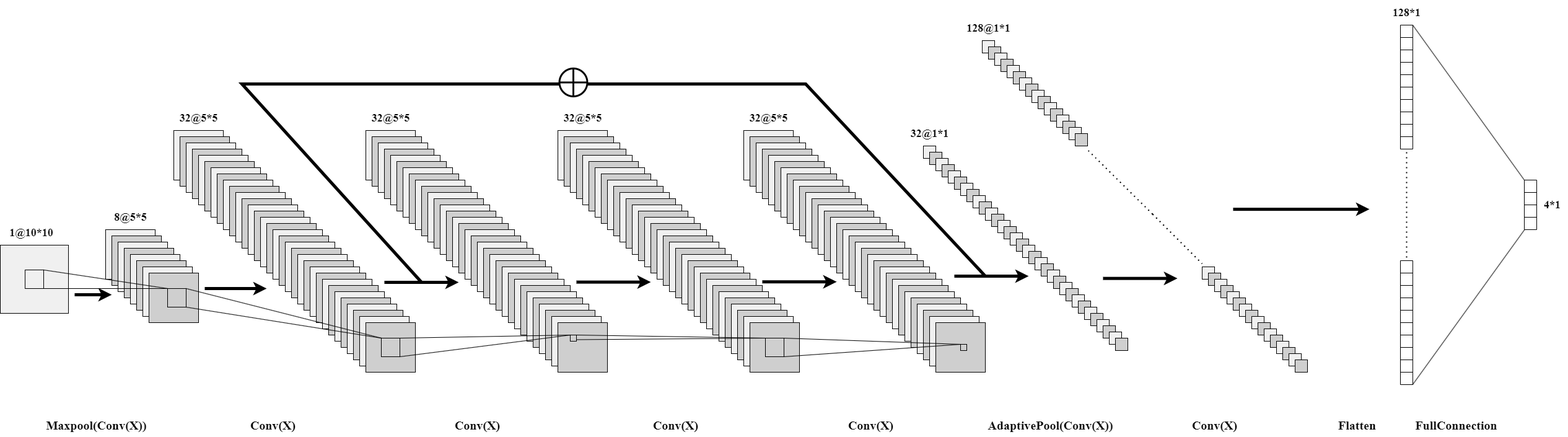
The draw.io diagram cnn.drawio.png in Purer-lyk/network_pic, before a commit. Source tidied: cells renumbered, new cells last; positions are measured from the earlier drawing's top-left corner, leaving out a move shared by most shapes.
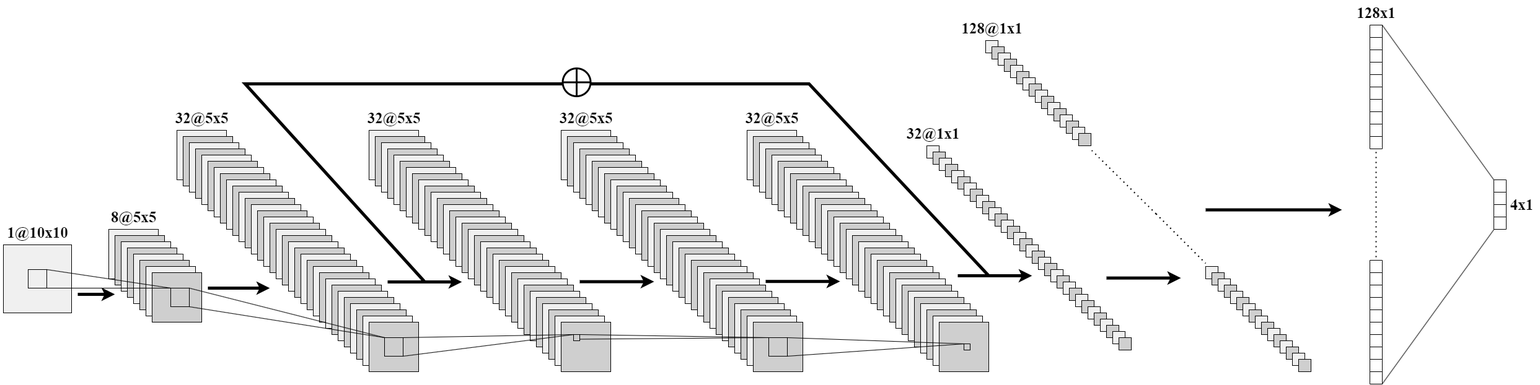
After the commit.

The edit, as a diff of the source:
```diff
@@ -616,32 +616,32 @@
         <mxPoint x="1940" y="425" as="targetPoint" />
       </mxGeometry>
     </mxCell>
-    <mxCell id="205" value="&lt;font face=&quot;Times New Roman&quot; style=&quot;font-size: 18px;&quot;&gt;&lt;b&gt;1@10*10&lt;/b&gt;&lt;/font&gt;" style="text;html=1;align=center;verticalAlign=middle;strokeColor=none;fillColor=none;" parent="1" vertex="1">
-      <mxGeometry x="5" y="355" width="90" height="40" as="geometry" />
+    <mxCell id="205" value="&lt;font size=&quot;1&quot; face=&quot;Times New Roman&quot; style=&quot;&quot;&gt;&lt;b style=&quot;font-size: 25px;&quot;&gt;1@10x10&lt;/b&gt;&lt;/font&gt;" style="text;html=1;align=center;verticalAlign=middle;strokeColor=none;fillColor=none;" parent="1" vertex="1">
+      <mxGeometry x="-5" y="355" width="120" height="40" as="geometry" />
     </mxCell>
-    <mxCell id="206" value="&lt;font face=&quot;Times New Roman&quot; style=&quot;font-size: 18px;&quot;&gt;&lt;b&gt;8@5*5&lt;/b&gt;&lt;/font&gt;" style="text;html=1;align=center;verticalAlign=middle;strokeColor=none;fillColor=none;" parent="1" vertex="1">
-      <mxGeometry x="170" y="330" width="80" height="40" as="geometry" />
+    <mxCell id="206" value="&lt;font size=&quot;1&quot; face=&quot;Times New Roman&quot; style=&quot;&quot;&gt;&lt;b style=&quot;font-size: 25px;&quot;&gt;8@5x5&lt;/b&gt;&lt;/font&gt;" style="text;html=1;align=center;verticalAlign=middle;strokeColor=none;fillColor=none;" parent="1" vertex="1">
+      <mxGeometry x="160" y="330" width="100" height="40" as="geometry" />
     </mxCell>
-    <mxCell id="207" value="&lt;font face=&quot;Times New Roman&quot; style=&quot;font-size: 18px;&quot;&gt;&lt;b&gt;32@5*5&lt;/b&gt;&lt;/font&gt;" style="text;html=1;align=center;verticalAlign=middle;strokeColor=none;fillColor=none;" parent="1" vertex="1">
-      <mxGeometry x="275" y="170" width="90" height="40" as="geometry" />
+    <mxCell id="207" value="&lt;font size=&quot;1&quot; face=&quot;Times New Roman&quot; style=&quot;&quot;&gt;&lt;b style=&quot;font-size: 25px;&quot;&gt;32@5x5&lt;/b&gt;&lt;/font&gt;" style="text;html=1;align=center;verticalAlign=middle;strokeColor=none;fillColor=none;" parent="1" vertex="1">
+      <mxGeometry x="265" y="170" width="110" height="40" as="geometry" />
     </mxCell>
-    <mxCell id="208" value="&lt;font face=&quot;Times New Roman&quot; style=&quot;font-size: 18px;&quot;&gt;&lt;b&gt;32@5*5&lt;/b&gt;&lt;/font&gt;" style="text;html=1;align=center;verticalAlign=middle;strokeColor=none;fillColor=none;" parent="1" vertex="1">
-      <mxGeometry x="585" y="170" width="90" height="40" as="geometry" />
+    <mxCell id="208" value="&lt;font size=&quot;1&quot; face=&quot;Times New Roman&quot; style=&quot;&quot;&gt;&lt;b style=&quot;font-size: 25px;&quot;&gt;32@5x5&lt;/b&gt;&lt;/font&gt;" style="text;html=1;align=center;verticalAlign=middle;strokeColor=none;fillColor=none;" parent="1" vertex="1">
+      <mxGeometry x="575" y="170" width="110" height="40" as="geometry" />
     </mxCell>
-    <mxCell id="209" value="&lt;font face=&quot;Times New Roman&quot; style=&quot;font-size: 18px;&quot;&gt;&lt;b&gt;32@5*5&lt;/b&gt;&lt;/font&gt;" style="text;html=1;align=center;verticalAlign=middle;strokeColor=none;fillColor=none;" parent="1" vertex="1">
-      <mxGeometry x="895" y="170" width="90" height="40" as="geometry" />
+    <mxCell id="209" value="&lt;font size=&quot;1&quot; face=&quot;Times New Roman&quot; style=&quot;&quot;&gt;&lt;b style=&quot;font-size: 25px;&quot;&gt;32@5x5&lt;/b&gt;&lt;/font&gt;" style="text;html=1;align=center;verticalAlign=middle;strokeColor=none;fillColor=none;" parent="1" vertex="1">
+      <mxGeometry x="885" y="170" width="110" height="40" as="geometry" />
     </mxCell>
-    <mxCell id="210" value="&lt;font face=&quot;Times New Roman&quot; style=&quot;font-size: 18px;&quot;&gt;&lt;b&gt;32@5*5&lt;/b&gt;&lt;/font&gt;" style="text;html=1;align=center;verticalAlign=middle;strokeColor=none;fillColor=none;" parent="1" vertex="1">
-      <mxGeometry x="1195" y="170" width="90" height="40" as="geometry" />
+    <mxCell id="210" value="&lt;font size=&quot;1&quot; face=&quot;Times New Roman&quot; style=&quot;&quot;&gt;&lt;b style=&quot;font-size: 25px;&quot;&gt;32@5x5&lt;/b&gt;&lt;/font&gt;" style="text;html=1;align=center;verticalAlign=middle;strokeColor=none;fillColor=none;" parent="1" vertex="1">
+      <mxGeometry x="1185" y="170" width="110" height="40" as="geometry" />
     </mxCell>
-    <mxCell id="211" value="&lt;font face=&quot;Times New Roman&quot; style=&quot;font-size: 18px;&quot;&gt;&lt;b&gt;32@1*1&lt;/b&gt;&lt;/font&gt;" style="text;html=1;align=center;verticalAlign=middle;strokeColor=none;fillColor=none;" parent="1" vertex="1">
-      <mxGeometry x="1455" y="195" width="90" height="40" as="geometry" />
+    <mxCell id="211" value="&lt;font size=&quot;1&quot; face=&quot;Times New Roman&quot; style=&quot;&quot;&gt;&lt;b style=&quot;font-size: 25px;&quot;&gt;32@1x1&lt;/b&gt;&lt;/font&gt;" style="text;html=1;align=center;verticalAlign=middle;strokeColor=none;fillColor=none;" parent="1" vertex="1">
+      <mxGeometry x="1445" y="195" width="110" height="40" as="geometry" />
     </mxCell>
-    <mxCell id="212" value="&lt;font face=&quot;Times New Roman&quot; style=&quot;font-size: 18px;&quot;&gt;&lt;b&gt;128@1*1&lt;/b&gt;&lt;/font&gt;" style="text;html=1;align=center;verticalAlign=middle;strokeColor=none;fillColor=none;" parent="1" vertex="1">
-      <mxGeometry x="1550" y="25" width="90" height="40" as="geometry" />
+    <mxCell id="212" value="&lt;font size=&quot;1&quot; face=&quot;Times New Roman&quot; style=&quot;&quot;&gt;&lt;b style=&quot;font-size: 25px;&quot;&gt;128@1x1&lt;/b&gt;&lt;/font&gt;" style="text;html=1;align=center;verticalAlign=middle;strokeColor=none;fillColor=none;" parent="1" vertex="1">
+      <mxGeometry x="1535" y="25" width="120" height="40" as="geometry" />
     </mxCell>
     <mxCell id="213" style="shape=table;startSize=0;fontSize=16;" parent="1" vertex="1">
-      <mxGeometry x="2260" y="40" width="20" height="200" as="geometry" />
+      <mxGeometry x="2205" y="40" width="20" height="200" as="geometry" />
     </mxCell>
     <mxCell id="214" style="shape=tableRow;horizontal=0;startSize=0;swimlaneHead=0;swimlaneBody=0;strokeColor=inherit;top=0;left=0;bottom=0;right=0;fillColor=none;points=[[0,0.5],[1,0.5]];portConstraint=eastwest;fontSize=16;" parent="213" vertex="1">
       <mxGeometry width="20" height="20" as="geometry" />
@@ -704,7 +704,7 @@
       <mxGeometry width="20" height="20" as="geometry" />
     </mxCell>
     <mxCell id="234" style="shape=table;startSize=0;fontSize=16;" parent="1" vertex="1">
-      <mxGeometry x="2260" y="420" width="20" height="200" as="geometry" />
+      <mxGeometry x="2205" y="420" width="20" height="200" as="geometry" />
     </mxCell>
     <mxCell id="235" style="shape=tableRow;horizontal=0;startSize=0;swimlaneHead=0;swimlaneBody=0;strokeColor=inherit;top=0;left=0;bottom=0;right=0;fillColor=none;fontSize=16;" parent="234" vertex="1">
       <mxGeometry width="20" height="20" as="geometry" />
@@ -768,12 +768,12 @@
     </mxCell>
     <mxCell id="255" style="endArrow=none;dashed=1;html=1;dashPattern=1 3;strokeWidth=2;rounded=0;" parent="1" edge="1">
       <mxGeometry relative="1" as="geometry">
-        <mxPoint x="2270" y="415" as="sourcePoint" />
-        <mxPoint x="2270" y="245" as="targetPoint" />
+        <mxPoint x="2215" y="415" as="sourcePoint" />
+        <mxPoint x="2215" y="245" as="targetPoint" />
       </mxGeometry>
     </mxCell>
     <mxCell id="256" style="shape=table;startSize=0;fontSize=16;" parent="1" vertex="1">
-      <mxGeometry x="2460" y="290" width="20" height="80" as="geometry" />
+      <mxGeometry x="2405" y="290" width="20" height="80" as="geometry" />
     </mxCell>
     <mxCell id="257" style="shape=tableRow;horizontal=0;startSize=0;swimlaneHead=0;swimlaneBody=0;strokeColor=inherit;top=0;left=0;bottom=0;right=0;fillColor=none;fontSize=16;" parent="256" vertex="1">
       <mxGeometry width="20" height="20" as="geometry" />
@@ -847,24 +847,6 @@
     <mxCell id="280" style="endArrow=none;html=1;rounded=0;exitX=1;exitY=1;exitDx=0;exitDy=0;entryX=0;entryY=0;entryDx=0;entryDy=0;" parent="1" edge="1" source="271" target="272">
       <mxGeometry relative="1" as="geometry" />
     </mxCell>
-    <mxCell id="281" value="&lt;font face=&quot;Times New Roman&quot; style=&quot;font-size: 20px;&quot;&gt;&lt;b&gt;Maxpool(Conv(X))&lt;/b&gt;&lt;/font&gt;" style="text;html=1;align=center;verticalAlign=middle;strokeColor=none;fillColor=none;" parent="1" vertex="1">
-      <mxGeometry x="60" y="665" width="190" height="40" as="geometry" />
-    </mxCell>
-    <mxCell id="282" value="&lt;font style=&quot;font-size: 20px;&quot;&gt;&lt;b&gt;&lt;font face=&quot;Times New Roman&quot;&gt;Conv(X)&lt;/font&gt;&lt;/b&gt;&lt;br&gt;&lt;/font&gt;" style="text;html=1;align=center;verticalAlign=middle;strokeColor=none;fillColor=none;" parent="1" vertex="1">
-      <mxGeometry x="390" y="665" width="100" height="40" as="geometry" />
-    </mxCell>
-    <mxCell id="283" value="&lt;font style=&quot;font-size: 20px;&quot;&gt;&lt;b&gt;&lt;font face=&quot;Times New Roman&quot;&gt;Conv(X)&lt;/font&gt;&lt;/b&gt;&lt;br&gt;&lt;/font&gt;" style="text;html=1;align=center;verticalAlign=middle;strokeColor=none;fillColor=none;" parent="1" vertex="1">
-      <mxGeometry x="720" y="665" width="100" height="40" as="geometry" />
-    </mxCell>
-    <mxCell id="284" value="&lt;font style=&quot;font-size: 20px;&quot;&gt;&lt;b&gt;&lt;font face=&quot;Times New Roman&quot;&gt;Conv(X)&lt;/font&gt;&lt;/b&gt;&lt;br&gt;&lt;/font&gt;" style="text;html=1;align=center;verticalAlign=middle;strokeColor=none;fillColor=none;" parent="1" vertex="1">
-      <mxGeometry x="1040" y="665" width="100" height="40" as="geometry" />
-    </mxCell>
-    <mxCell id="285" value="&lt;font style=&quot;font-size: 20px;&quot;&gt;&lt;b&gt;&lt;font face=&quot;Times New Roman&quot;&gt;Conv(X)&lt;/font&gt;&lt;/b&gt;&lt;br&gt;&lt;/font&gt;" style="text;html=1;align=center;verticalAlign=middle;strokeColor=none;fillColor=none;" parent="1" vertex="1">
-      <mxGeometry x="1355" y="665" width="100" height="40" as="geometry" />
-    </mxCell>
-    <mxCell id="286" value="&lt;font style=&quot;font-size: 20px;&quot;&gt;&lt;b&gt;&lt;font face=&quot;Times New Roman&quot;&gt;AdaptivePool(Conv(X))&lt;/font&gt;&lt;/b&gt;&lt;br&gt;&lt;/font&gt;" style="text;html=1;align=center;verticalAlign=middle;strokeColor=none;fillColor=none;" parent="1" vertex="1">
-      <mxGeometry x="1580" y="665" width="230" height="40" as="geometry" />
-    </mxCell>
     <mxCell id="287" style="endArrow=classic;html=1;rounded=0;strokeWidth=5;" parent="1" edge="1">
       <mxGeometry relative="1" as="geometry">
         <mxPoint x="120" y="475" as="sourcePoint" />
@@ -917,32 +899,23 @@
         </Array>
       </mxGeometry>
     </mxCell>
-    <mxCell id="295" value="&lt;font style=&quot;font-size: 20px;&quot;&gt;&lt;b&gt;&lt;font face=&quot;Times New Roman&quot;&gt;Conv(X)&lt;/font&gt;&lt;/b&gt;&lt;br&gt;&lt;/font&gt;" style="text;html=1;align=center;verticalAlign=middle;strokeColor=none;fillColor=none;" parent="1" vertex="1">
-      <mxGeometry x="1910" y="665" width="100" height="40" as="geometry" />
-    </mxCell>
     <mxCell id="296" style="endArrow=classic;html=1;rounded=0;strokeWidth=5;" parent="1" edge="1">
       <mxGeometry relative="1" as="geometry">
-        <mxPoint x="1990" y="337.1" as="sourcePoint" />
-        <mxPoint x="2210" y="337.1" as="targetPoint" />
+        <mxPoint x="1940" y="338.6" as="sourcePoint" />
+        <mxPoint x="2160" y="338.6" as="targetPoint" />
       </mxGeometry>
     </mxCell>
-    <mxCell id="297" value="&lt;font face=&quot;Times New Roman&quot; style=&quot;font-size: 20px;&quot;&gt;&lt;b&gt;Flatten&lt;/b&gt;&lt;/font&gt;" style="text;html=1;align=center;verticalAlign=middle;strokeColor=none;fillColor=none;" parent="1" vertex="1">
-      <mxGeometry x="2150" y="665" width="80" height="40" as="geometry" />
-    </mxCell>
     <mxCell id="298" style="endArrow=none;html=1;rounded=0;exitX=0.992;exitY=-0.003;exitDx=0;exitDy=0;exitPerimeter=0;entryX=0;entryY=0;entryDx=0;entryDy=0;" parent="1" edge="1" source="214" target="256">
       <mxGeometry relative="1" as="geometry" />
     </mxCell>
     <mxCell id="299" style="endArrow=none;html=1;rounded=0;exitX=0.99;exitY=0.998;exitDx=0;exitDy=0;exitPerimeter=0;entryX=0.012;entryY=1.012;entryDx=0;entryDy=0;entryPerimeter=0;" parent="1" edge="1" source="253" target="263">
       <mxGeometry relative="1" as="geometry" />
     </mxCell>
-    <mxCell id="300" value="&lt;font face=&quot;Times New Roman&quot; style=&quot;font-size: 20px;&quot;&gt;&lt;b&gt;FullConnection&lt;/b&gt;&lt;/font&gt;" style="text;html=1;align=center;verticalAlign=middle;strokeColor=none;fillColor=none;" parent="1" vertex="1">
-      <mxGeometry x="2270" y="665" width="160" height="40" as="geometry" />
-    </mxCell>
-    <mxCell id="301" value="&lt;font face=&quot;Times New Roman&quot; style=&quot;font-size: 18px;&quot;&gt;&lt;b&gt;128*1&lt;/b&gt;&lt;/font&gt;" style="text;html=1;align=center;verticalAlign=middle;strokeColor=none;fillColor=none;" parent="1" vertex="1">
-      <mxGeometry x="2235" width="70" height="40" as="geometry" />
+    <mxCell id="301" value="&lt;font size=&quot;1&quot; face=&quot;Times New Roman&quot; style=&quot;&quot;&gt;&lt;b style=&quot;font-size: 25px;&quot;&gt;128x1&lt;/b&gt;&lt;/font&gt;" style="text;html=1;align=center;verticalAlign=middle;strokeColor=none;fillColor=none;" parent="1" vertex="1">
+      <mxGeometry x="2170" width="90" height="40" as="geometry" />
     </mxCell>
-    <mxCell id="302" value="&lt;font face=&quot;Times New Roman&quot; style=&quot;font-size: 18px;&quot;&gt;&lt;b&gt;4*1&lt;/b&gt;&lt;/font&gt;" style="text;html=1;align=center;verticalAlign=middle;strokeColor=none;fillColor=none;" parent="1" vertex="1">
-      <mxGeometry x="2480" y="310" width="50" height="40" as="geometry" />
+    <mxCell id="302" value="&lt;font size=&quot;1&quot; face=&quot;Times New Roman&quot; style=&quot;&quot;&gt;&lt;b style=&quot;font-size: 25px;&quot;&gt;4x1&lt;/b&gt;&lt;/font&gt;" style="text;html=1;align=center;verticalAlign=middle;strokeColor=none;fillColor=none;" parent="1" vertex="1">
+      <mxGeometry x="2420" y="310" width="60" height="40" as="geometry" />
     </mxCell>
     <mxCell id="303" style="verticalLabelPosition=bottom;verticalAlign=top;html=1;shape=mxgraph.flowchart.summing_function;strokeWidth=3;" parent="1" vertex="1">
       <mxGeometry x="902.5" y="110" width="45" height="45" as="geometry" />
```
